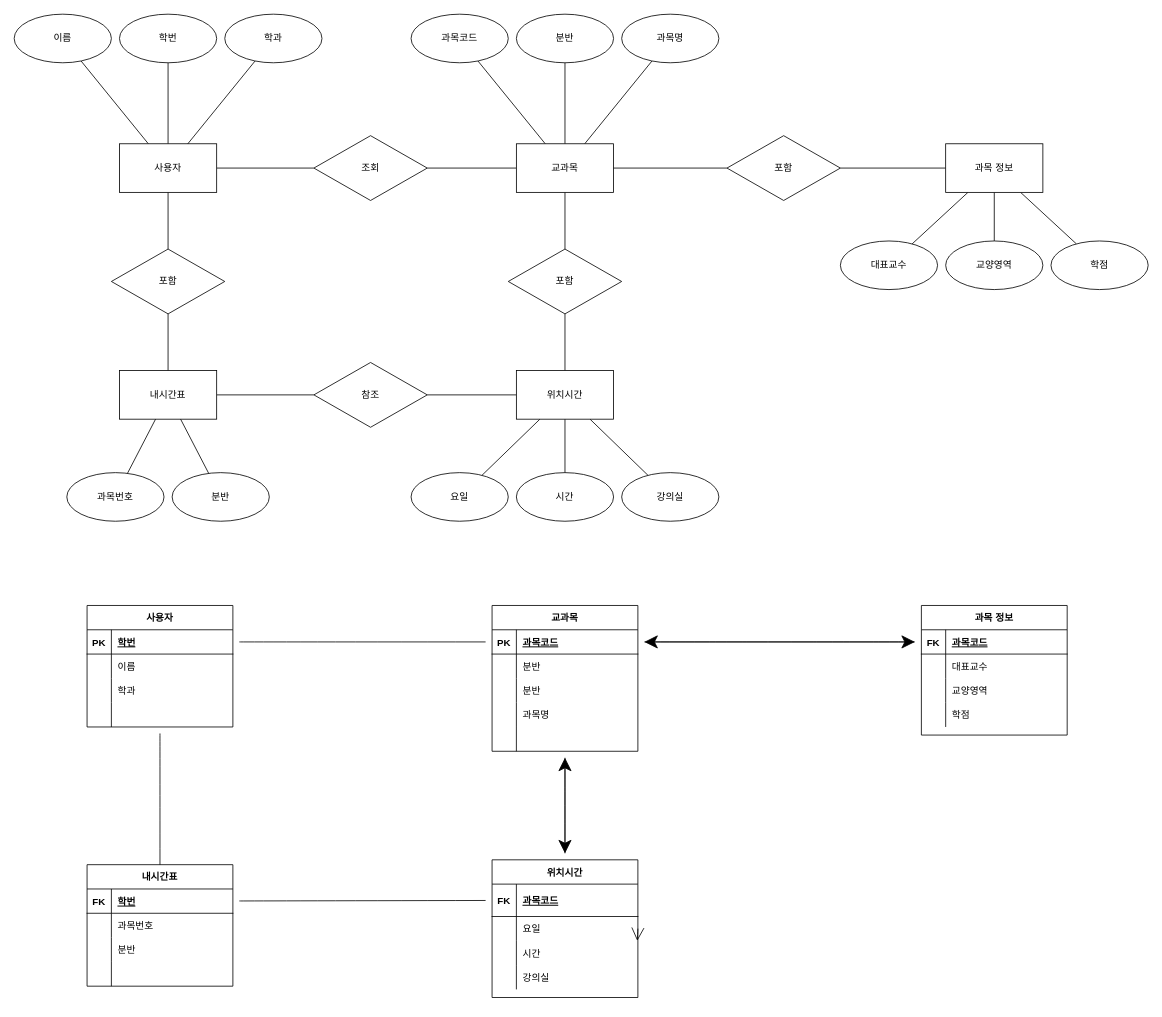
Before: Untitled Diagram.drawio in Skoooo/webmafia, a draw.io diagram. Source tidied: cells renumbered, new cells numbered last; positions are measured from the earlier drawing's top-left corner, leaving out a move shared by most shapes. Both pictures are drawn from the tidied source at 81%, with x=0, y=0 at pixel (14, 14).
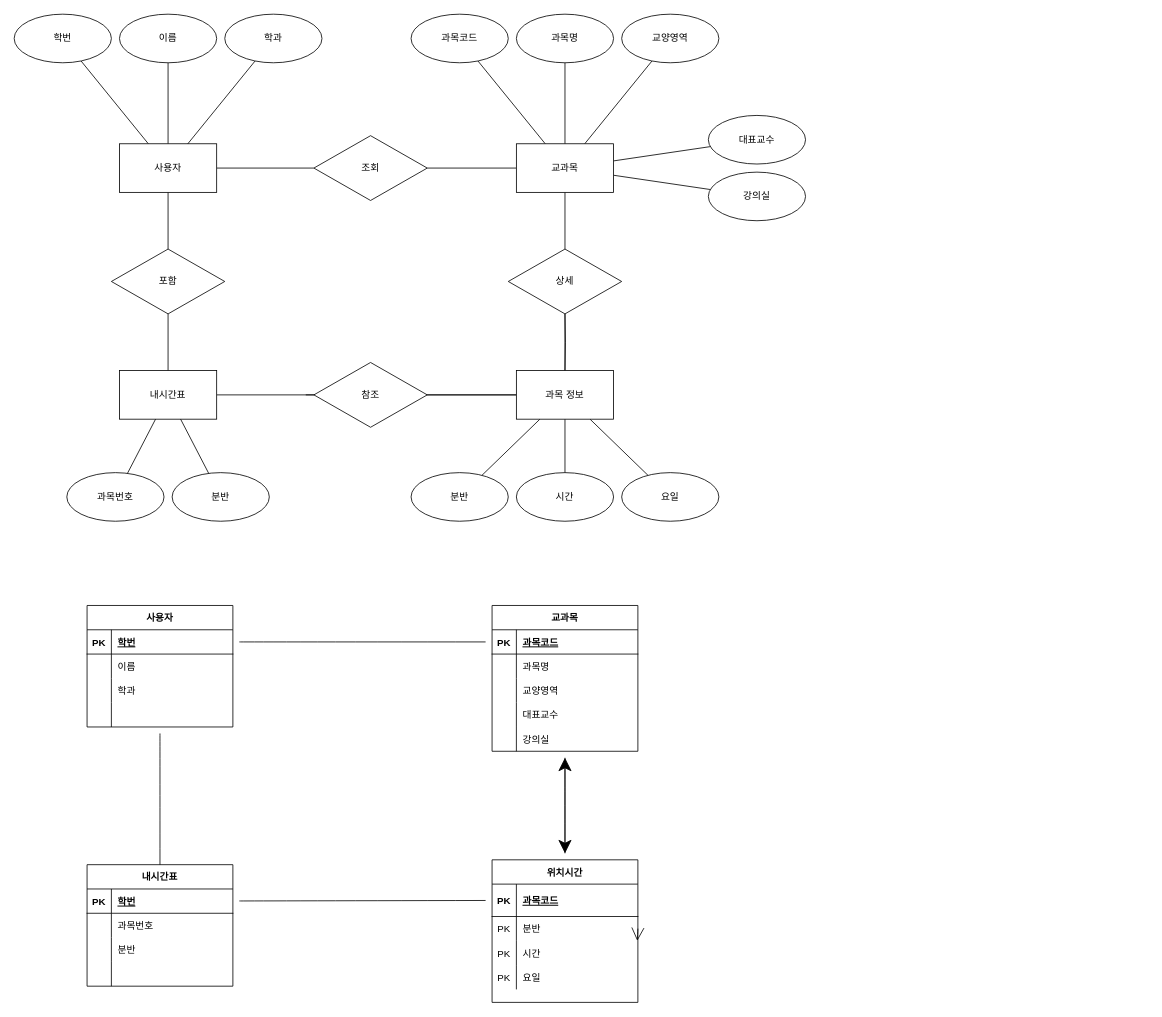
After the change.

The change refers to these unchanged cells:
```xml
<mxCell id="30" value="교과목" style="rounded=0;whiteSpace=wrap;html=1;" parent="1" vertex="1">
  <mxGeometry x="620" y="160" width="120" height="60" as="geometry" />
</mxCell>
<mxCell id="50" value="참조" style="rhombus;whiteSpace=wrap;html=1;" parent="1" vertex="1">
  <mxGeometry x="370" y="430" width="140" height="80" as="geometry" />
</mxCell>
<mxCell id="67" style="shape=partialRectangle;fillColor=none;top=0;left=0;bottom=1;right=0;points=[[0,0.5],[1,0.5]];portConstraint=eastwest;" parent="66" vertex="1">
  <mxGeometry y="30" width="180" height="30" as="geometry" />
</mxCell>
<mxCell id="70" style="shape=partialRectangle;fillColor=none;top=0;left=0;bottom=0;right=0;" parent="66" vertex="1">
  <mxGeometry y="60" width="180" height="30" as="geometry" />
</mxCell>
<mxCell id="73" style="shape=partialRectangle;fillColor=none;top=0;left=0;bottom=0;right=0;" parent="66" vertex="1">
  <mxGeometry y="90" width="180" height="30" as="geometry" />
</mxCell>
<mxCell id="76" style="shape=partialRectangle;fillColor=none;top=0;left=0;bottom=0;right=0;" parent="66" vertex="1">
  <mxGeometry y="120" width="180" height="30" as="geometry" />
</mxCell>
<mxCell id="79" style="shape=partialRectangle;fillColor=none;top=0;left=0;bottom=0;right=0;points=[[0,0.5],[1,0.5]];portConstraint=eastwest;" parent="66" vertex="1">
  <mxGeometry y="150" width="180" height="30" as="geometry" />
</mxCell>
<mxCell id="96" style="shape=partialRectangle;fillColor=none;top=0;left=0;bottom=1;right=0;points=[[0,0.5],[1,0.5]];portConstraint=eastwest;" parent="95" vertex="1">
  <mxGeometry y="30" width="180" height="30" as="geometry" />
</mxCell>
<mxCell id="110" style="shape=partialRectangle;fillColor=none;top=0;left=0;bottom=1;right=0;points=[[0,0.5],[1,0.5]];portConstraint=eastwest;" parent="109" vertex="1">
  <mxGeometry y="30" width="180" height="40" as="geometry" />
</mxCell>
<mxCell id="114" style="shape=partialRectangle;fillColor=none;top=0;left=0;bottom=0;right=0;points=[[0,0.5],[1,0.5]];portConstraint=eastwest;" parent="109" vertex="1">
  <mxGeometry y="70" width="180" height="30" as="geometry" />
</mxCell>
<mxCell id="117" style="shape=partialRectangle;fillColor=none;top=0;left=0;bottom=0;right=0;points=[[0,0.5],[1,0.5]];portConstraint=eastwest;" parent="109" vertex="1">
  <mxGeometry y="100" width="180" height="30" as="geometry" />
</mxCell>
<mxCell id="120" style="shape=partialRectangle;fillColor=none;top=0;left=0;bottom=0;right=0;" parent="109" vertex="1">
  <mxGeometry y="130" width="180" height="30" as="geometry" />
</mxCell>
```

Diff of the diagram source:
```diff
@@
-    <mxCell id="2" style="rounded=0;jettySize=auto;html=1;endArrow=none;endFill=0;" parent="1" edge="1" source="17" target="5">
+    <mxCell id="2" style="rounded=0;jettySize=auto;html=1;endArrow=none;endFill=0;" parent="1" edge="1" source="30" target="5">
       <mxGeometry relative="1" as="geometry" />
     </mxCell>
-    <mxCell id="3" style="edgeStyle=none;rounded=0;jettySize=auto;html=1;endArrow=none;endFill=0;" parent="1" edge="1" source="17" target="13">
+    <mxCell id="3" style="edgeStyle=none;rounded=0;jettySize=auto;html=1;endArrow=none;endFill=0;" parent="1" edge="1" source="38" target="13">
       <mxGeometry relative="1" as="geometry" />
     </mxCell>
-    <mxCell id="4" style="edgeStyle=none;rounded=0;jettySize=auto;html=1;endArrow=none;endFill=0;" parent="1" edge="1" source="17" target="14">
-      <mxGeometry relative="1" as="geometry" />
-    </mxCell>
     <mxCell id="5" value="강의실" style="ellipse;whiteSpace=wrap;html=1;rounded=0;" parent="1" vertex="1">
-      <mxGeometry x="750" y="566" width="120" height="60" as="geometry" />
+      <mxGeometry x="857" y="195" width="120" height="60" as="geometry" />
     </mxCell>
@@
     <mxCell id="11" value="이름" style="ellipse;whiteSpace=wrap;html=1;rounded=0;" parent="1" vertex="1">
-      <mxGeometry width="120" height="60" as="geometry" />
+      <mxGeometry x="130" width="120" height="60" as="geometry" />
     </mxCell>
     <mxCell id="12" value="학번" style="ellipse;whiteSpace=wrap;html=1;rounded=0;" parent="1" vertex="1">
-      <mxGeometry x="130" width="120" height="60" as="geometry" />
+      <mxGeometry width="120" height="60" as="geometry" />
     </mxCell>
     <mxCell id="13" value="요일" style="ellipse;whiteSpace=wrap;html=1;rounded=0;" parent="1" vertex="1">
-      <mxGeometry x="490" y="566" width="120" height="60" as="geometry" />
+      <mxGeometry x="750" y="566" width="120" height="60" as="geometry" />
     </mxCell>
-    <mxCell id="14" value="시간" style="ellipse;whiteSpace=wrap;html=1;rounded=0;" parent="1" vertex="1">
-      <mxGeometry x="620" y="566" width="120" height="60" as="geometry" />
-    </mxCell>
-    <mxCell id="15" style="edgeStyle=orthogonalEdgeStyle;rounded=0;jettySize=auto;html=1;endArrow=none;endFill=0;" parent="1" edge="1" source="17" target="41">
-      <mxGeometry relative="1" as="geometry" />
+    <mxCell id="15" style="edgeStyle=orthogonalEdgeStyle;rounded=0;jettySize=auto;html=1;endArrow=none;endFill=0;" parent="1" edge="1" target="41">
+      <mxGeometry relative="1" as="geometry">
+        <mxPoint x="680" y="440" as="sourcePoint" />
+      </mxGeometry>
     </mxCell>
-    <mxCell id="16" style="edgeStyle=none;rounded=0;jettySize=auto;html=1;endArrow=none;endFill=0;" parent="1" edge="1" source="17" target="50">
-      <mxGeometry relative="1" as="geometry" />
+    <mxCell id="16" style="edgeStyle=none;rounded=0;jettySize=auto;html=1;endArrow=none;endFill=0;" parent="1" edge="1" target="50">
+      <mxGeometry relative="1" as="geometry">
+        <mxPoint x="620" y="470" as="sourcePoint" />
+      </mxGeometry>
     </mxCell>
-    <mxCell id="17" value="위치시간" style="rounded=0;whiteSpace=wrap;html=1;" parent="1" vertex="1">
-      <mxGeometry x="620" y="440" width="120" height="60" as="geometry" />
-    </mxCell>
-    <mxCell id="18" style="edgeStyle=none;rounded=0;orthogonalLoop=1;jettySize=auto;html=1;exitX=0.5;exitY=1;exitDx=0;exitDy=0;" parent="1" edge="1" source="17" target="17">
-      <mxGeometry relative="1" as="geometry" />
+    <mxCell id="18" style="edgeStyle=none;rounded=0;orthogonalLoop=1;jettySize=auto;html=1;exitX=0.5;exitY=1;exitDx=0;exitDy=0;" parent="1" edge="1">
+      <mxGeometry relative="1" as="geometry">
+        <mxPoint x="680" y="500" as="sourcePoint" />
+        <mxPoint x="680" y="500" as="targetPoint" />
+      </mxGeometry>
     </mxCell>
@@
-    <mxCell id="21" style="edgeStyle=none;rounded=0;jettySize=auto;html=1;endArrow=none;endFill=0;" parent="1" edge="1" source="30" target="24">
-      <mxGeometry relative="1" as="geometry" />
-    </mxCell>
     <mxCell id="22" value="과목명" style="ellipse;whiteSpace=wrap;html=1;rounded=0;" parent="1" vertex="1">
-      <mxGeometry x="750" width="120" height="60" as="geometry" />
+      <mxGeometry x="620" width="120" height="60" as="geometry" />
     </mxCell>
@@
+    <mxCell id="130" style="rounded=0;jettySize=auto;html=1;endArrow=none;endFill=0;" parent="1" edge="1" source="24" target="38">
+      <mxGeometry relative="1" as="geometry" />
+    </mxCell>
     <mxCell id="24" value="분반" style="ellipse;whiteSpace=wrap;html=1;rounded=0;" parent="1" vertex="1">
-      <mxGeometry x="620" width="120" height="60" as="geometry" />
+      <mxGeometry x="490" y="566" width="120" height="60" as="geometry" />
     </mxCell>
-    <mxCell id="25" style="edgeStyle=none;rounded=0;jettySize=auto;html=1;endArrow=none;endFill=0;" parent="1" edge="1" source="38" target="32">
+    <mxCell id="25" style="edgeStyle=none;rounded=0;jettySize=auto;html=1;endArrow=none;endFill=0;" parent="1" edge="1" source="30" target="32">
       <mxGeometry relative="1" as="geometry" />
     </mxCell>
-    <mxCell id="26" style="edgeStyle=none;rounded=0;jettySize=auto;html=1;endArrow=none;endFill=0;" parent="1" edge="1" source="38" target="33">
+    <mxCell id="26" style="edgeStyle=none;rounded=0;jettySize=auto;html=1;endArrow=none;endFill=0;" parent="1" edge="1" source="30" target="33">
       <mxGeometry relative="1" as="geometry" />
     </mxCell>
@@
     <mxCell id="32" value="대표교수" style="ellipse;whiteSpace=wrap;html=1;rounded=0;" parent="1" vertex="1">
-      <mxGeometry x="1020" y="280" width="120" height="60" as="geometry" />
+      <mxGeometry x="857" y="125" width="120" height="60" as="geometry" />
     </mxCell>
     <mxCell id="33" value="교양영역" style="ellipse;whiteSpace=wrap;html=1;rounded=0;" parent="1" vertex="1">
-      <mxGeometry x="1150" y="280" width="120" height="60" as="geometry" />
+      <mxGeometry x="750" width="120" height="60" as="geometry" />
     </mxCell>
-    <mxCell id="34" value="학점" style="ellipse;whiteSpace=wrap;html=1;rounded=0;" parent="1" vertex="1">
-      <mxGeometry x="1280" y="280" width="120" height="60" as="geometry" />
+    <mxCell id="34" value="시간" style="ellipse;whiteSpace=wrap;html=1;rounded=0;" parent="1" vertex="1">
+      <mxGeometry x="620" y="566" width="120" height="60" as="geometry" />
     </mxCell>
@@
-    <mxCell id="37" style="edgeStyle=orthogonalEdgeStyle;rounded=0;jettySize=auto;html=1;endArrow=none;endFill=0;" parent="1" edge="1" source="38" target="40">
-      <mxGeometry relative="1" as="geometry" />
+    <mxCell id="37" style="edgeStyle=orthogonalEdgeStyle;rounded=0;jettySize=auto;html=1;endArrow=none;endFill=0;" parent="1" edge="1" source="38">
+      <mxGeometry relative="1" as="geometry">
+        <mxPoint x="360" y="470" as="targetPoint" />
+      </mxGeometry>
     </mxCell>
+    <mxCell id="131" style="edgeStyle=none;rounded=0;jettySize=auto;html=1;endArrow=none;endFill=0;" parent="1" edge="1" source="38" target="41">
+      <mxGeometry relative="1" as="geometry" />
+    </mxCell>
     <mxCell id="38" value="과목 정보" style="rounded=0;whiteSpace=wrap;html=1;" parent="1" vertex="1">
-      <mxGeometry x="1150" y="160" width="120" height="60" as="geometry" />
+      <mxGeometry x="620" y="440" width="120" height="60" as="geometry" />
     </mxCell>
-    <mxCell id="39" style="edgeStyle=orthogonalEdgeStyle;rounded=0;jettySize=auto;html=1;endArrow=none;endFill=0;" parent="1" edge="1" source="40" target="30">
-      <mxGeometry relative="1" as="geometry" />
-    </mxCell>
-    <mxCell id="40" value="포함" style="rhombus;whiteSpace=wrap;html=1;" parent="1" vertex="1">
-      <mxGeometry x="880" y="150" width="140" height="80" as="geometry" />
-    </mxCell>
-    <mxCell id="41" value="포함" style="rhombus;whiteSpace=wrap;html=1;" parent="1" vertex="1">
+    <mxCell id="41" value="상세" style="rhombus;whiteSpace=wrap;html=1;" parent="1" vertex="1">
       <mxGeometry x="610" y="290" width="140" height="80" as="geometry" />
     </mxCell>
@@
-    <mxCell id="72" value="분반" style="shape=partialRectangle;fillColor=none;top=0;left=0;bottom=0;right=0;align=left;spacingLeft=6;overflow=hidden;" parent="70" vertex="1">
+    <mxCell id="72" value="과목명" style="shape=partialRectangle;fillColor=none;top=0;left=0;bottom=0;right=0;align=left;spacingLeft=6;overflow=hidden;" parent="70" vertex="1">
       <mxGeometry x="30" width="150" height="30" as="geometry" />
     </mxCell>
@@
-    <mxCell id="75" value="분반" style="shape=partialRectangle;fillColor=none;top=0;left=0;bottom=0;right=0;align=left;spacingLeft=6;overflow=hidden;" parent="73" vertex="1">
+    <mxCell id="75" value="교양영역" style="shape=partialRectangle;fillColor=none;top=0;left=0;bottom=0;right=0;align=left;spacingLeft=6;overflow=hidden;" parent="73" vertex="1">
       <mxGeometry x="30" width="150" height="30" as="geometry" />
     </mxCell>
@@
-    <mxCell id="78" value="과목명" style="shape=partialRectangle;fillColor=none;top=0;left=0;bottom=0;right=0;align=left;spacingLeft=6;overflow=hidden;" parent="76" vertex="1">
+    <mxCell id="78" value="대표교수" style="shape=partialRectangle;fillColor=none;top=0;left=0;bottom=0;right=0;align=left;spacingLeft=6;overflow=hidden;" parent="76" vertex="1">
       <mxGeometry x="30" width="150" height="30" as="geometry" />
     </mxCell>
@@
-    <mxCell id="81" style="shape=partialRectangle;fillColor=none;top=0;left=0;bottom=0;right=0;align=left;spacingLeft=6;overflow=hidden;" parent="79" vertex="1">
+    <mxCell id="81" value="강의실" style="shape=partialRectangle;fillColor=none;top=0;left=0;bottom=0;right=0;align=left;spacingLeft=6;overflow=hidden;" parent="79" vertex="1">
       <mxGeometry x="30" width="150" height="30" as="geometry" />
     </mxCell>
-    <mxCell id="82" value="과목 정보" style="shape=table;startSize=30;childLayout=tableLayout;rowLines=0;fontStyle=1;align=center;hachureGap=4;" parent="1" vertex="1">
-      <mxGeometry x="1120" y="730" width="180" height="160" as="geometry" />
-    </mxCell>
-    <mxCell id="83" style="shape=partialRectangle;fillColor=none;top=0;left=0;bottom=1;right=0;points=[[0,0.5],[1,0.5]];portConstraint=eastwest;" parent="82" vertex="1">
-      <mxGeometry y="30" width="180" height="30" as="geometry" />
-    </mxCell>
-    <mxCell id="84" value="FK" style="shape=partialRectangle;fillColor=none;top=0;left=0;bottom=0;right=0;fontStyle=1;overflow=hidden;" parent="83" vertex="1">
-      <mxGeometry width="30" height="30" as="geometry" />
-    </mxCell>
-    <mxCell id="85" value="과목코드" style="shape=partialRectangle;fillColor=none;top=0;left=0;bottom=0;right=0;align=left;spacingLeft=6;fontStyle=5;overflow=hidden;" parent="83" vertex="1">
-      <mxGeometry x="30" width="150" height="30" as="geometry" />
-    </mxCell>
-    <mxCell id="86" style="shape=partialRectangle;fillColor=none;top=0;left=0;bottom=0;right=0;strokeColor=default;" parent="82" vertex="1">
-      <mxGeometry y="60" width="180" height="30" as="geometry" />
-    </mxCell>
-    <mxCell id="87" style="shape=partialRectangle;fillColor=none;top=0;left=0;bottom=0;right=0;overflow=hidden;" parent="86" vertex="1">
-      <mxGeometry width="30" height="30" as="geometry" />
-    </mxCell>
-    <mxCell id="88" value="대표교수" style="shape=partialRectangle;fillColor=none;top=0;left=0;bottom=0;right=0;align=left;spacingLeft=6;overflow=hidden;" parent="86" vertex="1">
-      <mxGeometry x="30" width="150" height="30" as="geometry" />
-    </mxCell>
-    <mxCell id="89" style="shape=partialRectangle;fillColor=none;top=0;left=0;bottom=0;right=0;" parent="82" vertex="1">
-      <mxGeometry y="90" width="180" height="30" as="geometry" />
-    </mxCell>
-    <mxCell id="90" style="shape=partialRectangle;fillColor=none;top=0;left=0;bottom=0;right=0;overflow=hidden;" parent="89" vertex="1">
-      <mxGeometry width="30" height="30" as="geometry" />
-    </mxCell>
-    <mxCell id="91" value="교양영역" style="shape=partialRectangle;fillColor=none;top=0;left=0;bottom=0;right=0;align=left;spacingLeft=6;overflow=hidden;" parent="89" vertex="1">
-      <mxGeometry x="30" width="150" height="30" as="geometry" />
-    </mxCell>
-    <mxCell id="92" style="shape=partialRectangle;fillColor=none;top=0;left=0;bottom=0;right=0;" parent="82" vertex="1">
-      <mxGeometry y="120" width="180" height="30" as="geometry" />
-    </mxCell>
-    <mxCell id="93" style="shape=partialRectangle;fillColor=none;top=0;left=0;bottom=0;right=0;overflow=hidden;" parent="92" vertex="1">
-      <mxGeometry width="30" height="30" as="geometry" />
-    </mxCell>
-    <mxCell id="94" value="학점" style="shape=partialRectangle;fillColor=none;top=0;left=0;bottom=0;right=0;align=left;spacingLeft=6;overflow=hidden;" parent="92" vertex="1">
-      <mxGeometry x="30" width="150" height="30" as="geometry" />
-    </mxCell>
@@
-    <mxCell id="97" value="FK" style="shape=partialRectangle;fillColor=none;top=0;left=0;bottom=0;right=0;fontStyle=1;overflow=hidden;" parent="96" vertex="1">
+    <mxCell id="97" value="PK" style="shape=partialRectangle;fillColor=none;top=0;left=0;bottom=0;right=0;fontStyle=1;overflow=hidden;" parent="96" vertex="1">
       <mxGeometry width="30" height="30" as="geometry" />
     </mxCell>
@@
     <mxCell id="109" value="위치시간" style="shape=table;startSize=30;childLayout=tableLayout;rowLines=0;fontStyle=1;align=center;hachureGap=4;strokeColor=default;" parent="1" vertex="1">
-      <mxGeometry x="590" y="1044" width="180" height="170" as="geometry" />
+      <mxGeometry x="590" y="1044" width="180" height="176" as="geometry" />
     </mxCell>
@@
-    <mxCell id="111" value="FK" style="shape=partialRectangle;fillColor=none;top=0;left=0;bottom=0;right=0;fontStyle=1;overflow=hidden;" parent="110" vertex="1">
+    <mxCell id="111" value="PK" style="shape=partialRectangle;fillColor=none;top=0;left=0;bottom=0;right=0;fontStyle=1;overflow=hidden;" parent="110" vertex="1">
       <mxGeometry width="30" height="40" as="geometry" />
     </mxCell>
@@
-    <mxCell id="115" style="shape=partialRectangle;fillColor=none;top=0;left=0;bottom=0;right=0;overflow=hidden;" parent="114" vertex="1">
+    <mxCell id="115" value="PK" style="shape=partialRectangle;fillColor=none;top=0;left=0;bottom=0;right=0;overflow=hidden;" parent="114" vertex="1">
       <mxGeometry width="30" height="30" as="geometry" />
     </mxCell>
-    <mxCell id="116" value="요일" style="shape=partialRectangle;fillColor=none;top=0;left=0;bottom=0;right=0;align=left;spacingLeft=6;overflow=hidden;" parent="114" vertex="1">
+    <mxCell id="116" value="분반" style="shape=partialRectangle;fillColor=none;top=0;left=0;bottom=0;right=0;align=left;spacingLeft=6;overflow=hidden;" parent="114" vertex="1">
       <mxGeometry x="30" width="150" height="30" as="geometry" />
     </mxCell>
@@
-    <mxCell id="118" style="shape=partialRectangle;fillColor=none;top=0;left=0;bottom=0;right=0;overflow=hidden;" parent="117" vertex="1">
+    <mxCell id="118" value="PK" style="shape=partialRectangle;fillColor=none;top=0;left=0;bottom=0;right=0;overflow=hidden;" parent="117" vertex="1">
       <mxGeometry width="30" height="30" as="geometry" />
     </mxCell>
@@
-    <mxCell id="121" style="shape=partialRectangle;fillColor=none;top=0;left=0;bottom=0;right=0;overflow=hidden;" parent="120" vertex="1">
+    <mxCell id="121" value="PK" style="shape=partialRectangle;fillColor=none;top=0;left=0;bottom=0;right=0;overflow=hidden;" parent="120" vertex="1">
       <mxGeometry width="30" height="30" as="geometry" />
     </mxCell>
-    <mxCell id="122" value="강의실" style="shape=partialRectangle;fillColor=none;top=0;left=0;bottom=0;right=0;align=left;spacingLeft=6;overflow=hidden;" parent="120" vertex="1">
+    <mxCell id="122" value="요일" style="shape=partialRectangle;fillColor=none;top=0;left=0;bottom=0;right=0;align=left;spacingLeft=6;overflow=hidden;" parent="120" vertex="1">
       <mxGeometry x="30" width="150" height="30" as="geometry" />
     </mxCell>
@@
-    <mxCell id="125" style="edgeStyle=none;curved=1;rounded=0;jettySize=auto;html=1;endArrow=classic;endFill=1;startSize=14;endSize=14;sourcePerimeterSpacing=8;targetPerimeterSpacing=8;" parent="1" edge="1" source="67" target="83">
-      <mxGeometry relative="1" as="geometry" />
-    </mxCell>
-    <mxCell id="126" style="edgeStyle=none;curved=1;rounded=0;jettySize=auto;html=1;endArrow=classic;endFill=1;startSize=14;endSize=14;sourcePerimeterSpacing=8;targetPerimeterSpacing=8;" parent="1" edge="1" source="83" target="67">
-      <mxGeometry relative="1" as="geometry" />
-    </mxCell>
```
